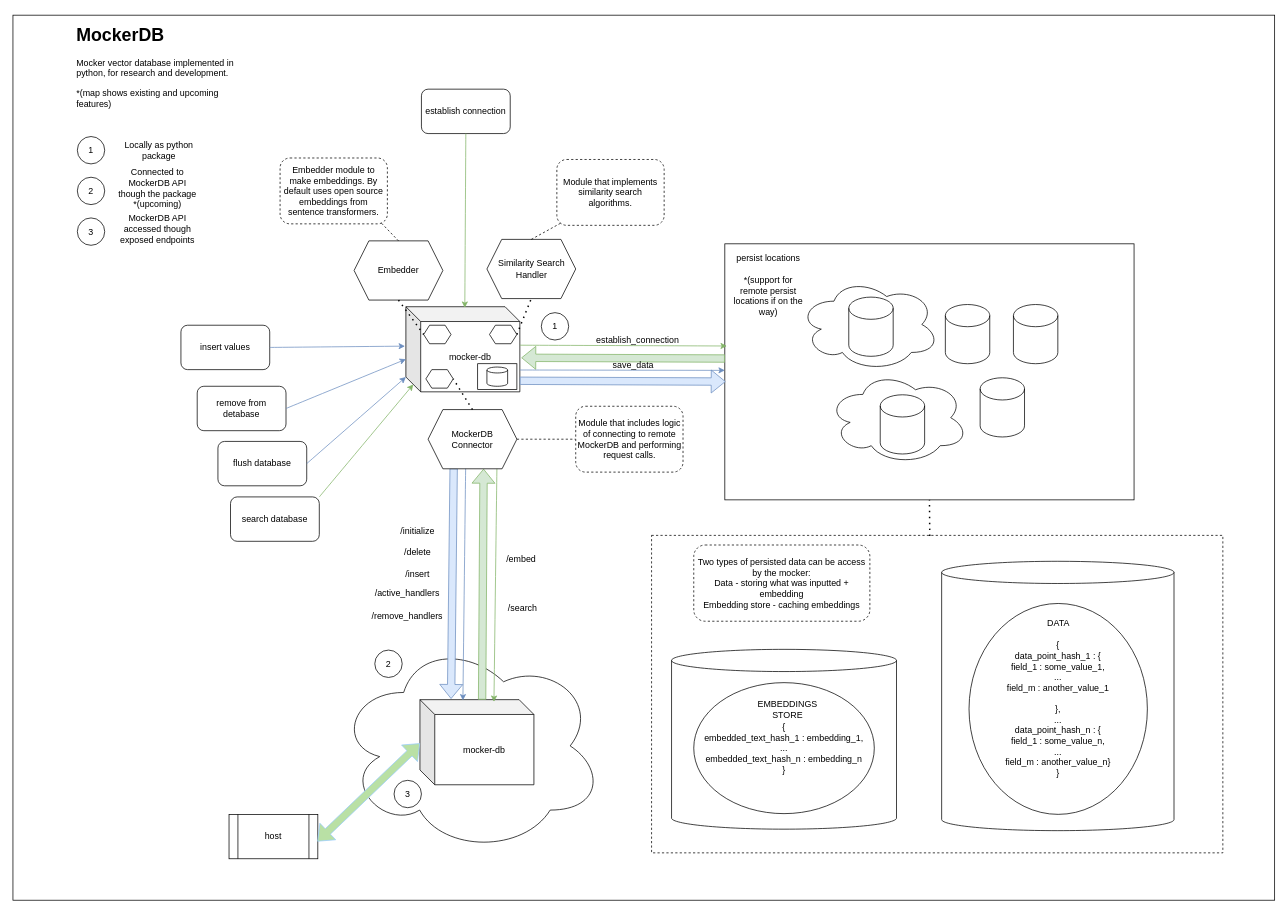
Above: drawio/mocker_db.drawio in Kiril-Mordan/reusables (draw.io), before the change. Source tidied: cells renumbered, new cells numbered last; positions are measured from the earlier drawing's top-left corner, leaving out a move shared by most shapes. Both pictures are drawn from the tidied source at 74%, with x=0, y=0 at pixel (13, 15).
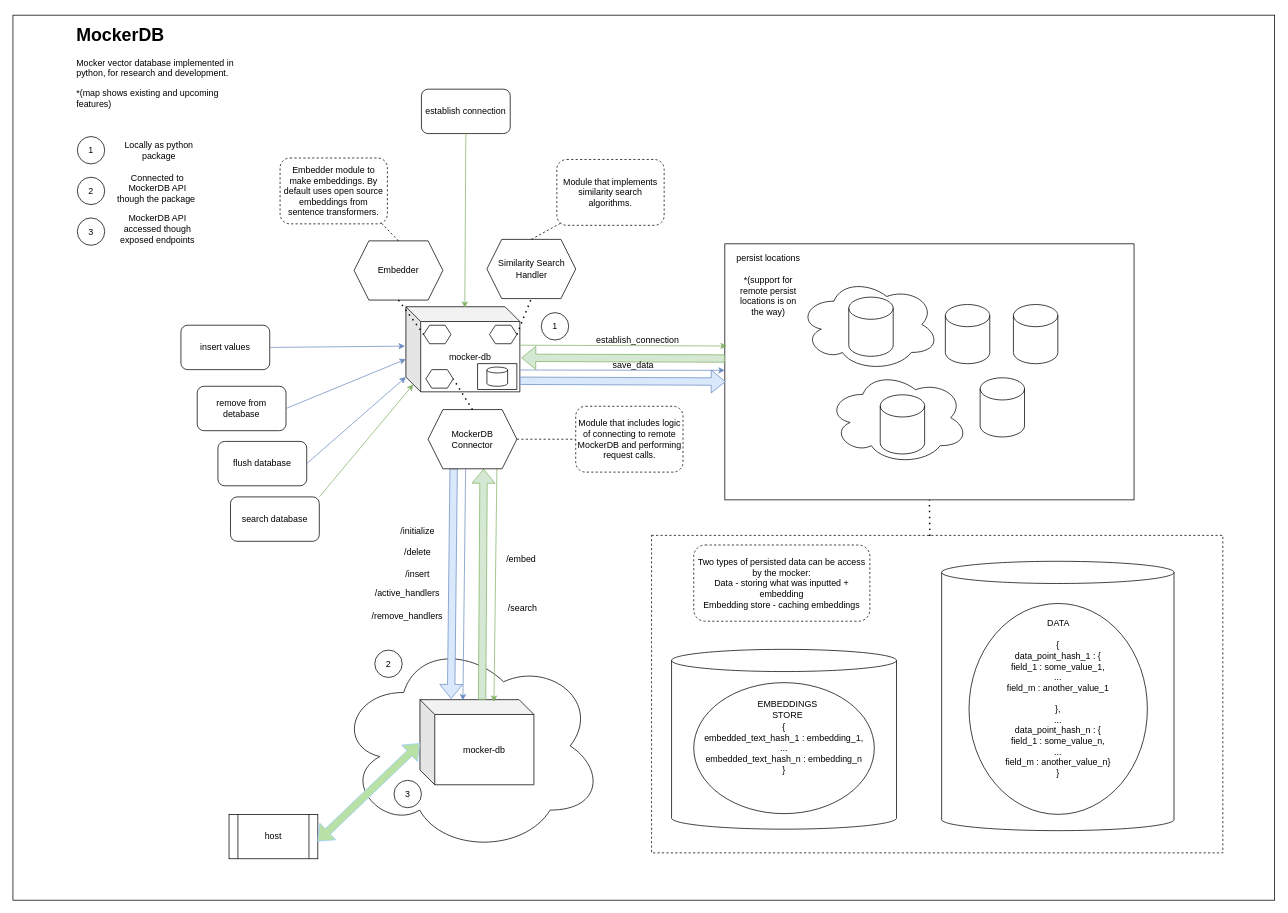
The same page after the edit.

Commit message (it also covers changes not shown here):
[mocker_db][.+.] precise keywords match with cutoff 1 and fuzzy match with < 1 through filters

The edit, as a diff of the source:
```diff
@@
-    <mxCell id="23" value="persist locations&lt;br&gt;&lt;br&gt;*(support for remote persist locations if on the way)" style="text;html=1;align=center;verticalAlign=middle;whiteSpace=wrap;rounded=0;" parent="1" vertex="1">
+    <mxCell id="23" value="persist locations&lt;br&gt;&lt;br&gt;*(support for remote persist locations is on the way)" style="text;html=1;align=center;verticalAlign=middle;whiteSpace=wrap;rounded=0;" parent="1" vertex="1">
       <mxGeometry x="972" y="348" width="98" height="33" as="geometry" />
     </mxCell>
@@
-    <mxCell id="57" value="Connected to MockerDB API though the package *(upcoming)" style="text;html=1;align=center;verticalAlign=middle;whiteSpace=wrap;rounded=0;" parent="1" vertex="1">
+    <mxCell id="57" value="Connected to MockerDB API though the package&amp;nbsp;" style="text;html=1;align=center;verticalAlign=middle;whiteSpace=wrap;rounded=0;" parent="1" vertex="1">
       <mxGeometry x="140" y="219" width="111" height="30" as="geometry" />
     </mxCell>
```
